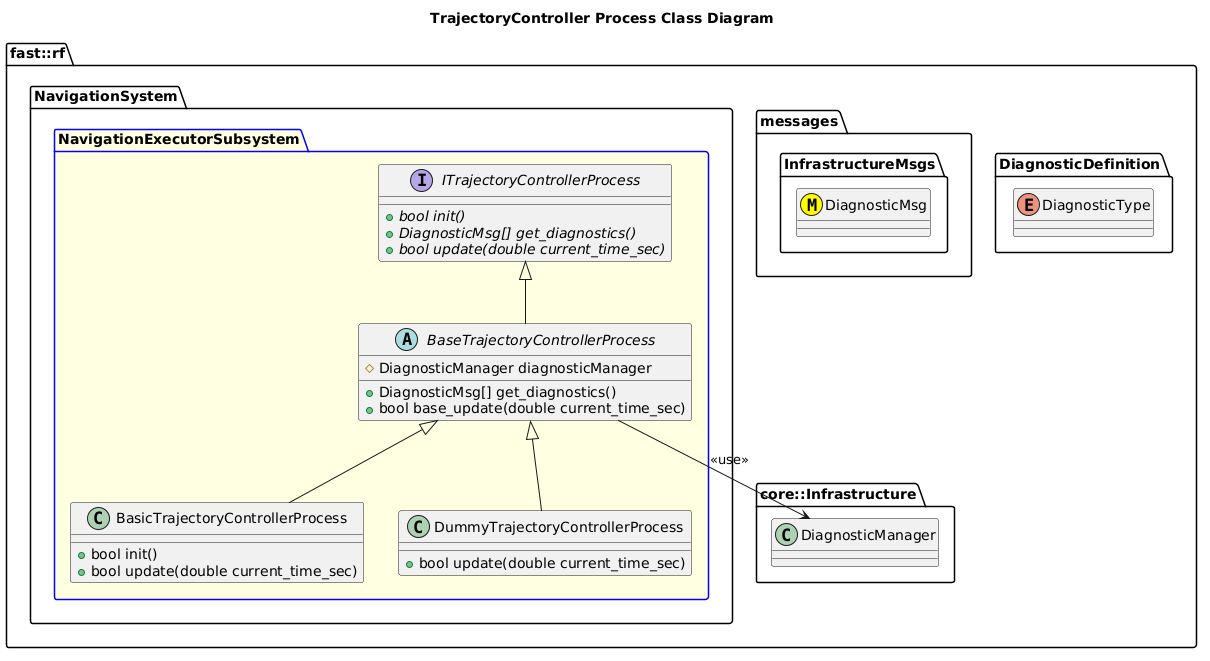
Before: Systems/Navigation/Subsystems/NavigationExecutor/Processes/TrajectoryController/doc/puml/TrajectoryControllerProcessClassDiagram.png, a diagram exported from PlantUML (fastrobotics/robot_framework).
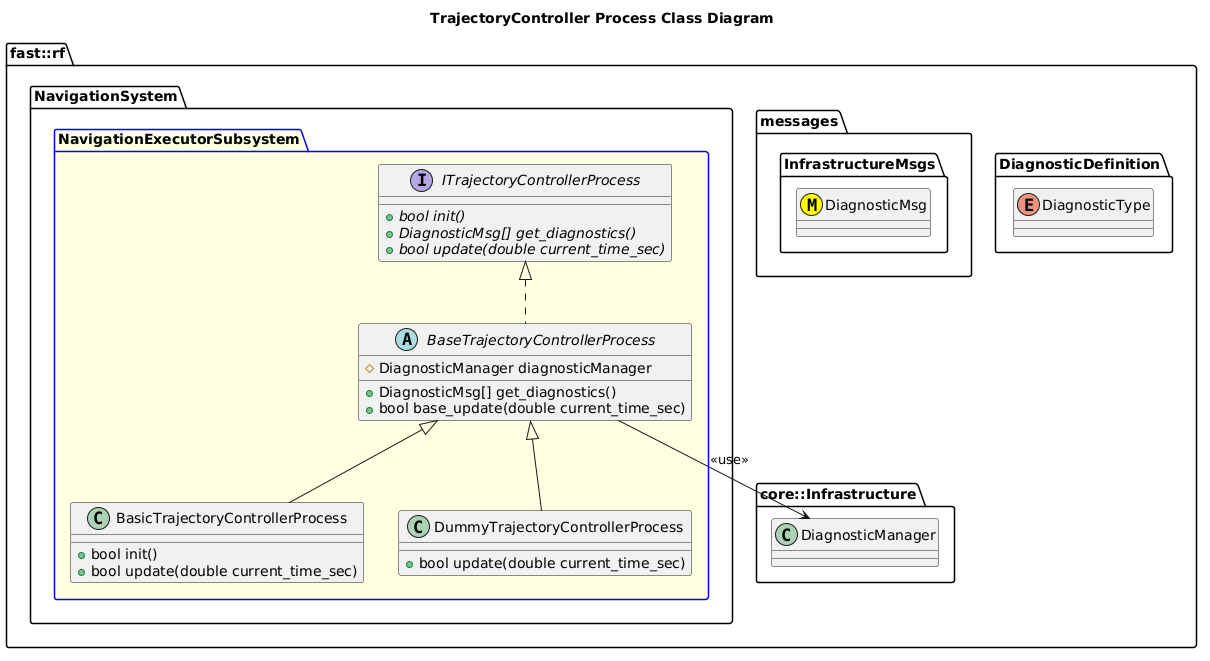
Above is the later version.

The edit, as a diff of the source:
```diff
@@ -27,7 +27,7 @@
 
         }
         BaseTrajectoryControllerProcess --> DiagnosticManager: <<use>>
-        BaseTrajectoryControllerProcess -up-|> ITrajectoryControllerProcess
+        BaseTrajectoryControllerProcess .up.|> ITrajectoryControllerProcess
         class BasicTrajectoryControllerProcess {
           +bool init()
           +bool update(double current_time_sec)
```
